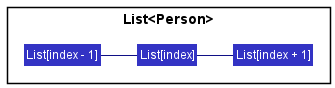
This is docs/images/DeadlineState1.png from weijuey/tp, a PlantUML export, as it was before one commit. Its diagram source:
```plantuml
@startuml
!include style.puml
skinparam arrowThickness 1.1
skinparam arrowColor LOGIC_COLOR_T4
skinparam classBackgroundColor LOGIC_COLOR

package List<Person> {
Class "List[index - 1]" as Person1
Class "List[index]" as Person2
Class "List[index + 1]" as Person3
}

Person1 - Person2
Person2 - Person3
@enduml
```
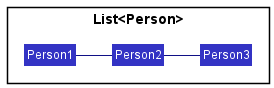
The same file after the commit.

What changed in the source:
```diff
@@ -5,9 +5,9 @@
 skinparam classBackgroundColor LOGIC_COLOR
 
 package List<Person> {
-Class "List[index - 1]" as Person1
-Class "List[index]" as Person2
-Class "List[index + 1]" as Person3
+Class "Person1" as Person1
+Class "Person2" as Person2
+Class "Person3" as Person3
 }
 
 Person1 - Person2
```
